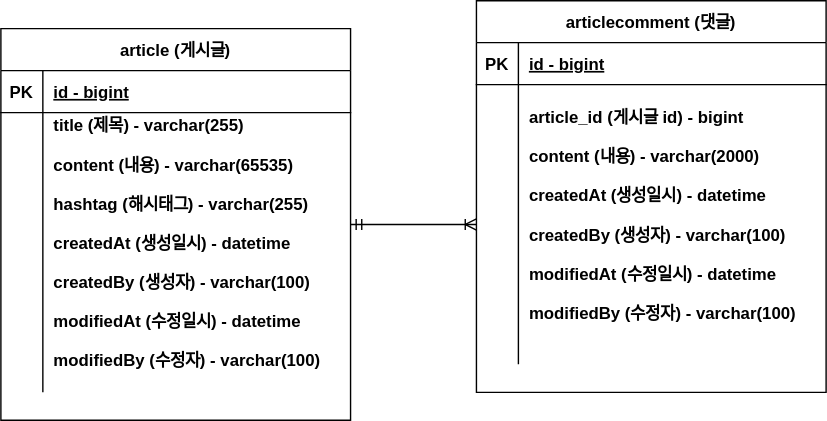
Before: FastCampusBoard/project-board-erd.svg, a diagram exported from draw.io (leechando/FastCampusBoard). Source tidied: cells renumbered, new cells last; positions are measured from the earlier drawing's top-left corner, leaving out a move shared by most shapes.
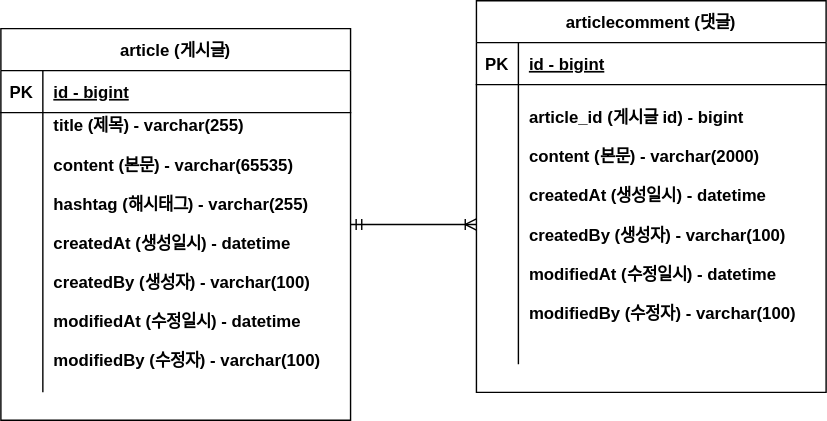
The same diagram one commit later.

Commit message:
#1 - ERD 주석 업데이트 : project-board-erd.svg

What changed in the source:
```diff
@@ -20,7 +20,7 @@
     <mxCell id="7" style="shape=partialRectangle;overflow=hidden;fillColor=none;top=0;left=0;bottom=0;right=0;" parent="6" vertex="1">
       <mxGeometry width="30" height="200" as="geometry" />
     </mxCell>
-    <mxCell id="8" value="title (제목) - varchar(255)&#10;&#10;content (내용) - varchar(65535)&#10;&#10;hashtag (해시태그) - varchar(255)&#10;&#10;createdAt (생성일시) - datetime&#10;&#10;createdBy (생성자) - varchar(100)&#10;&#10;modifiedAt (수정일시) - datetime&#10;&#10;modifiedBy (수정자) - varchar(100)&#10;" style="shape=partialRectangle;overflow=hidden;fillColor=none;top=0;left=0;bottom=0;right=0;align=left;spacingLeft=6;fontStyle=1;" parent="6" vertex="1">
+    <mxCell id="8" value="title (제목) - varchar(255)&#10;&#10;content (본문) - varchar(65535)&#10;&#10;hashtag (해시태그) - varchar(255)&#10;&#10;createdAt (생성일시) - datetime&#10;&#10;createdBy (생성자) - varchar(100)&#10;&#10;modifiedAt (수정일시) - datetime&#10;&#10;modifiedBy (수정자) - varchar(100)&#10;" style="shape=partialRectangle;overflow=hidden;fillColor=none;top=0;left=0;bottom=0;right=0;align=left;spacingLeft=6;fontStyle=1;" parent="6" vertex="1">
       <mxGeometry x="30" width="220" height="200" as="geometry" />
     </mxCell>
     <mxCell id="9" value="articlecomment (댓글)" style="shape=table;startSize=30;rowLines=0;fontStyle=1;align=center;" parent="1" vertex="1">
@@ -41,7 +41,7 @@
     <mxCell id="14" style="shape=partialRectangle;overflow=hidden;fillColor=none;top=0;left=0;bottom=0;right=0;" parent="13" vertex="1">
       <mxGeometry width="30" height="200" as="geometry" />
     </mxCell>
-    <mxCell id="15" value="article_id (게시글 id) - bigint&#10; &#10;content (내용) - varchar(2000)&#10;&#10;createdAt (생성일시) - datetime&#10;&#10;createdBy (생성자) - varchar(100)&#10;&#10;modifiedAt (수정일시) - datetime&#10;&#10;modifiedBy (수정자) - varchar(100)&#10;" style="shape=partialRectangle;overflow=hidden;fillColor=none;top=0;left=0;bottom=0;right=0;align=left;spacingLeft=6;fontStyle=1;" parent="13" vertex="1">
+    <mxCell id="15" value="article_id (게시글 id) - bigint&#10; &#10;content (본문) - varchar(2000)&#10;&#10;createdAt (생성일시) - datetime&#10;&#10;createdBy (생성자) - varchar(100)&#10;&#10;modifiedAt (수정일시) - datetime&#10;&#10;modifiedBy (수정자) - varchar(100)&#10;" style="shape=partialRectangle;overflow=hidden;fillColor=none;top=0;left=0;bottom=0;right=0;align=left;spacingLeft=6;fontStyle=1;" parent="13" vertex="1">
       <mxGeometry x="30" width="220" height="200" as="geometry" />
     </mxCell>
     <mxCell id="16" style="edgeStyle=entityRelationEdgeStyle;fontSize=12;html=1;endArrow=ERoneToMany;startArrow=ERmandOne;rounded=0;entryX=0;entryY=0.5;entryDx=0;entryDy=0;" parent="1" edge="1" source="2" target="13">
```
